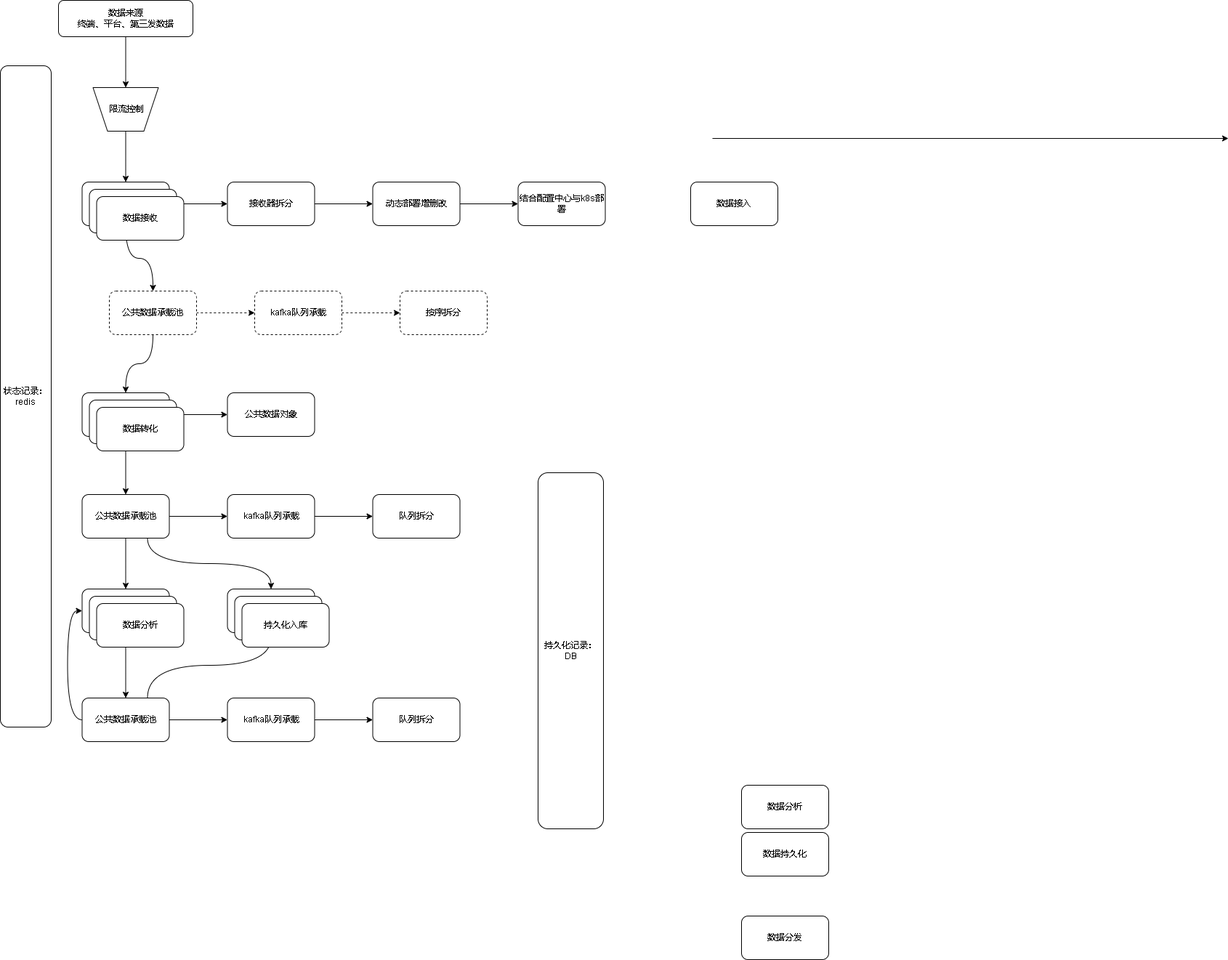
This is 808后台架构.drawio.png from xktder/draw, a draw.io export, as it was before one commit. Source tidied: cells renumbered, new cells last; positions are measured from the earlier drawing's top-left corner, leaving out a move shared by most shapes.
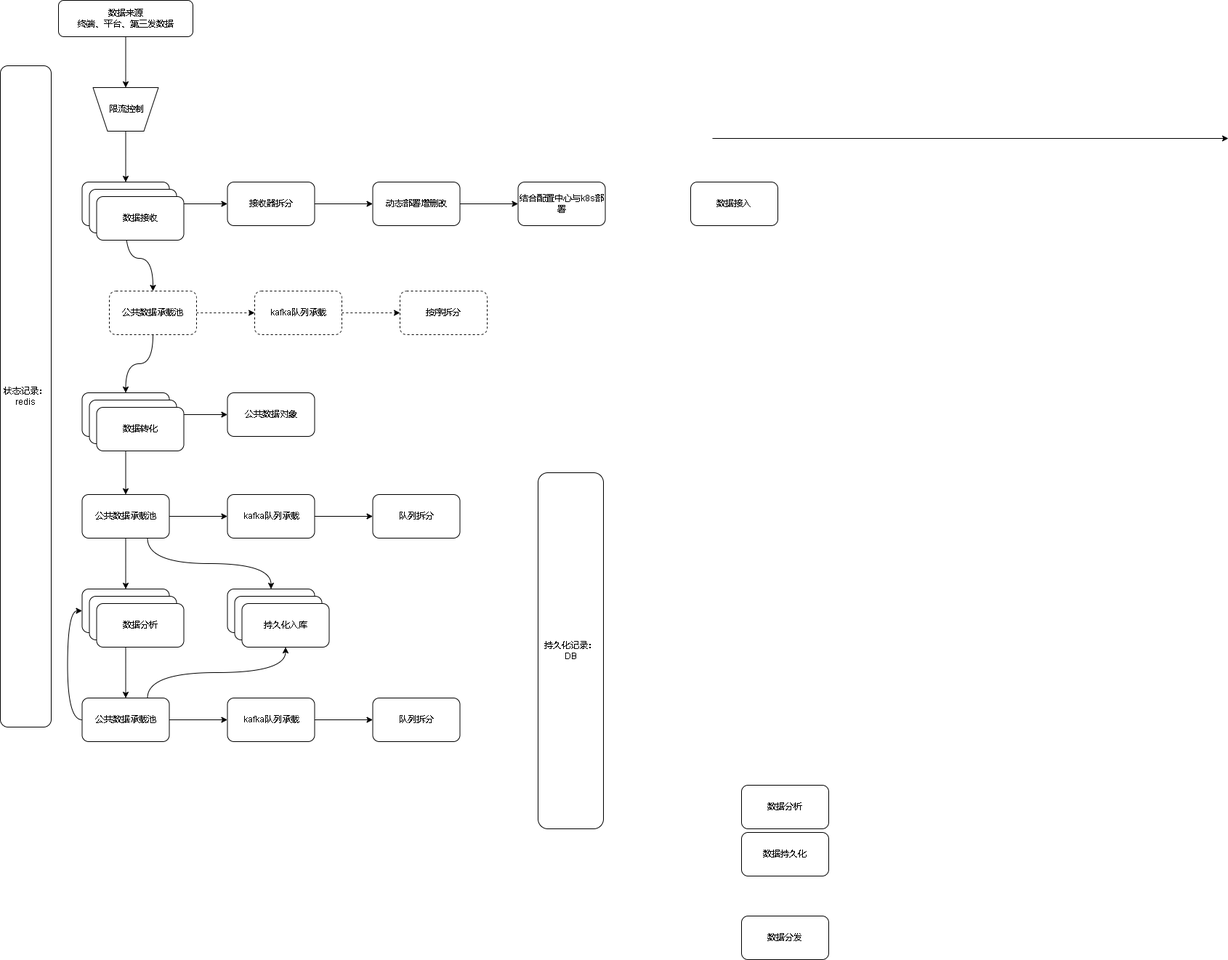
Later version of the same file.

Commit message:
更新808后台架构.drawio.png

The edit, as a diff of the source:
```diff
@@ -143,7 +143,7 @@
     <mxCell id="47" style="edgeStyle=orthogonalEdgeStyle;curved=1;rounded=0;jettySize=auto;html=1;entryX=0;entryY=0.5;entryDx=0;entryDy=0;exitX=0;exitY=0.5;exitDx=0;exitDy=0;" parent="1" edge="1" source="49" target="27">
       <mxGeometry relative="1" as="geometry" />
     </mxCell>
-    <mxCell id="48" style="edgeStyle=orthogonalEdgeStyle;curved=1;rounded=0;jettySize=auto;html=1;exitX=0.75;exitY=0;exitDx=0;exitDy=0;entryX=0.5;entryY=1;entryDx=0;entryDy=0;" parent="1" edge="1" source="49" target="54">
+    <mxCell id="48" style="edgeStyle=orthogonalEdgeStyle;curved=1;rounded=0;jettySize=auto;html=1;exitX=0.75;exitY=0;exitDx=0;exitDy=0;entryX=0.5;entryY=1;entryDx=0;entryDy=0;" parent="1" edge="1" source="49" target="56">
       <mxGeometry relative="1" as="geometry" />
     </mxCell>
     <mxCell id="49" value="公共数据承载池" style="whiteSpace=wrap;html=1;rounded=1;" parent="1" vertex="1">
```
